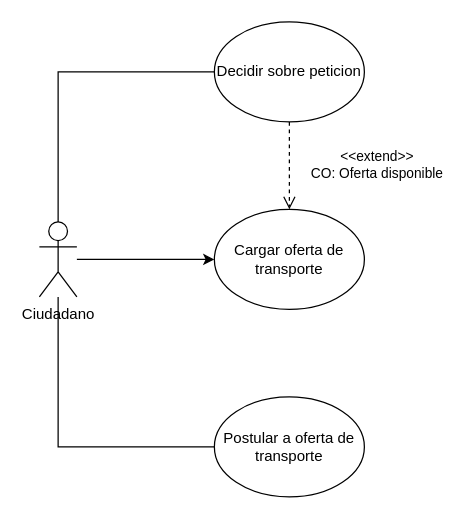
The draw.io diagram Sprint 0/TASK33720.Use Cases/TASK33720.DEV.DRAW.Use Cases/TASK45122.DEV.DRAW.Casos de uso.drawio in enzovalenzuelaa/TPEMetodologias, before the edit. Source tidied: cells renumbered, new cells numbered last; positions are measured from the earlier drawing's top-left corner, leaving out a move shared by most shapes. Both pictures are drawn from the tidied source at 125%, with x=0, y=0 at pixel (39, 21).
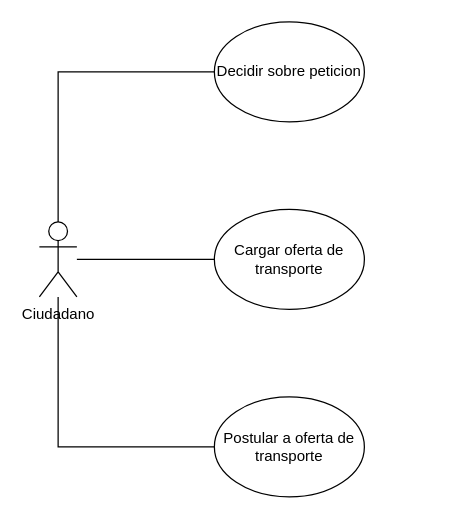
The same page after the edit.

The edit, as a diff of the source:
```diff
@@
 <mxGraphModel>
   <root>
     <mxCell id="0" />
     <mxCell id="1" parent="0" />
     <mxCell id="2" style="edgeStyle=orthogonalEdgeStyle;rounded=0;jettySize=auto;html=1;entryX=0;entryY=0.5;entryDx=0;entryDy=0;endArrow=none;endFill=0;" parent="1" edge="1" source="5" target="6">
       <mxGeometry relative="1" as="geometry">
         <Array as="points">
           <mxPoint x="15" y="340" />
         </Array>
       </mxGeometry>
     </mxCell>
     <mxCell id="3" style="edgeStyle=orthogonalEdgeStyle;rounded=0;jettySize=auto;html=1;entryX=0;entryY=0.5;entryDx=0;entryDy=0;endArrow=none;endFill=0;" parent="1" edge="1" source="5" target="8">
       <mxGeometry relative="1" as="geometry">
         <Array as="points">
           <mxPoint x="15" y="40" />
         </Array>
       </mxGeometry>
     </mxCell>
-    <mxCell id="4" style="edgeStyle=orthogonalEdgeStyle;rounded=0;jettySize=auto;html=1;entryX=0;entryY=0.5;entryDx=0;entryDy=0;" parent="1" edge="1" source="5" target="7">
+    <mxCell id="4" style="edgeStyle=orthogonalEdgeStyle;rounded=0;jettySize=auto;html=1;entryX=0;entryY=0.5;entryDx=0;entryDy=0;endArrow=none;endFill=0;" parent="1" edge="1" source="5" target="7">
       <mxGeometry relative="1" as="geometry" />
     </mxCell>
     <mxCell id="5" value="Ciudadano" style="shape=umlActor;verticalLabelPosition=bottom;verticalAlign=top;html=1;outlineConnect=0;" parent="1" vertex="1">
       <mxGeometry y="160" width="30" height="60" as="geometry" />
     </mxCell>
     <mxCell id="6" value="Postular a oferta de transporte" style="ellipse;whiteSpace=wrap;html=1;" parent="1" vertex="1">
       <mxGeometry x="140" y="300" width="120" height="80" as="geometry" />
     </mxCell>
     <mxCell id="7" value="Cargar oferta de transporte" style="ellipse;whiteSpace=wrap;html=1;" parent="1" vertex="1">
       <mxGeometry x="140" y="150" width="120" height="80" as="geometry" />
     </mxCell>
     <mxCell id="8" value="Decidir sobre peticion" style="ellipse;whiteSpace=wrap;html=1;" parent="1" vertex="1">
       <mxGeometry x="140" width="120" height="80" as="geometry" />
     </mxCell>
-    <mxCell id="9" value="&amp;lt;&amp;lt;extend&amp;gt;&amp;gt;&lt;br&gt;CO: Oferta disponible" style="html=1;verticalAlign=bottom;endArrow=open;dashed=1;endSize=8;exitX=0.5;exitY=1;exitDx=0;exitDy=0;entryX=0.5;entryY=0;entryDx=0;entryDy=0;" parent="1" edge="1" source="8" target="7">
-      <mxGeometry x="0.43" y="70" relative="1" as="geometry" />
-    </mxCell>
   </root>
 </mxGraphModel>
```
